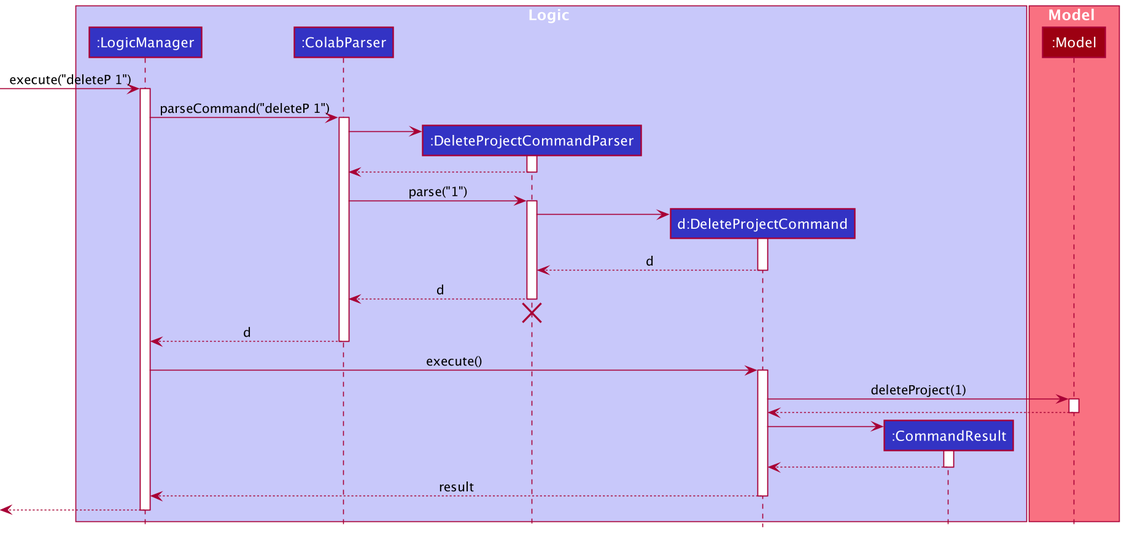
Earlier version of the PlantUML export docs/images/DeleteSequenceDiagram.png (nus-cs2103-AY2021S2/tp).
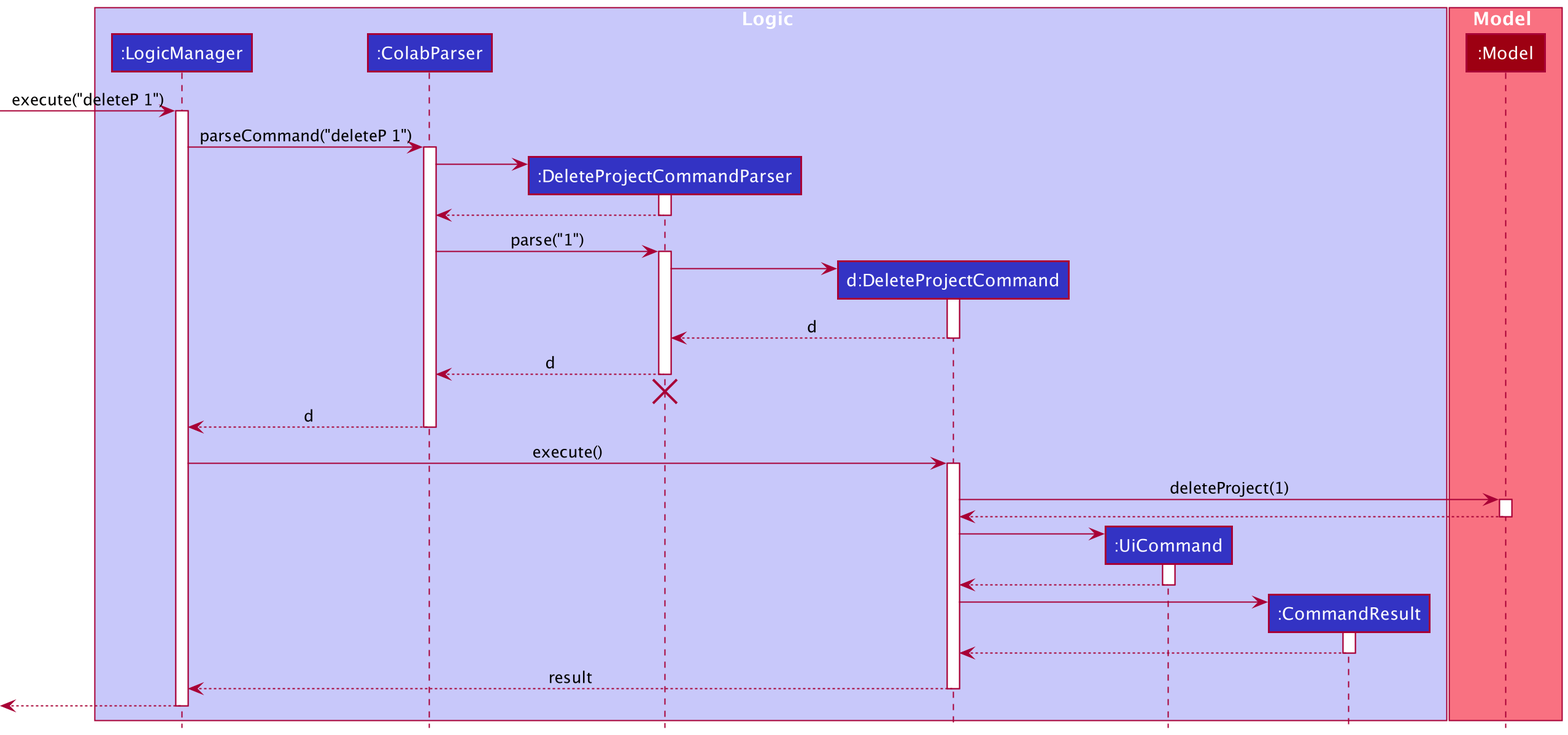
After the change.

Commit message:
Update deleteP diagram

Diff of the diagram source:
```diff
@@ -6,6 +6,7 @@
 participant ":ColabParser" as ColabParser LOGIC_COLOR
 participant ":DeleteProjectCommandParser" as DeleteProjectCommandParser LOGIC_COLOR
 participant "d:DeleteProjectCommand" as DeleteProjectCommand LOGIC_COLOR
+participant ":UiCommand" as UiCommand LOGIC_COLOR
 participant ":CommandResult" as CommandResult LOGIC_COLOR
 end box
 
@@ -53,6 +54,13 @@
 Model --> DeleteProjectCommand
 deactivate Model
 
+create UiCommand
+DeleteProjectCommand -> UiCommand
+activate UiCommand
+
+UiCommand --> DeleteProjectCommand
+deactivate UiCommand
+
 create CommandResult
 DeleteProjectCommand -> CommandResult
 activate CommandResult
```
